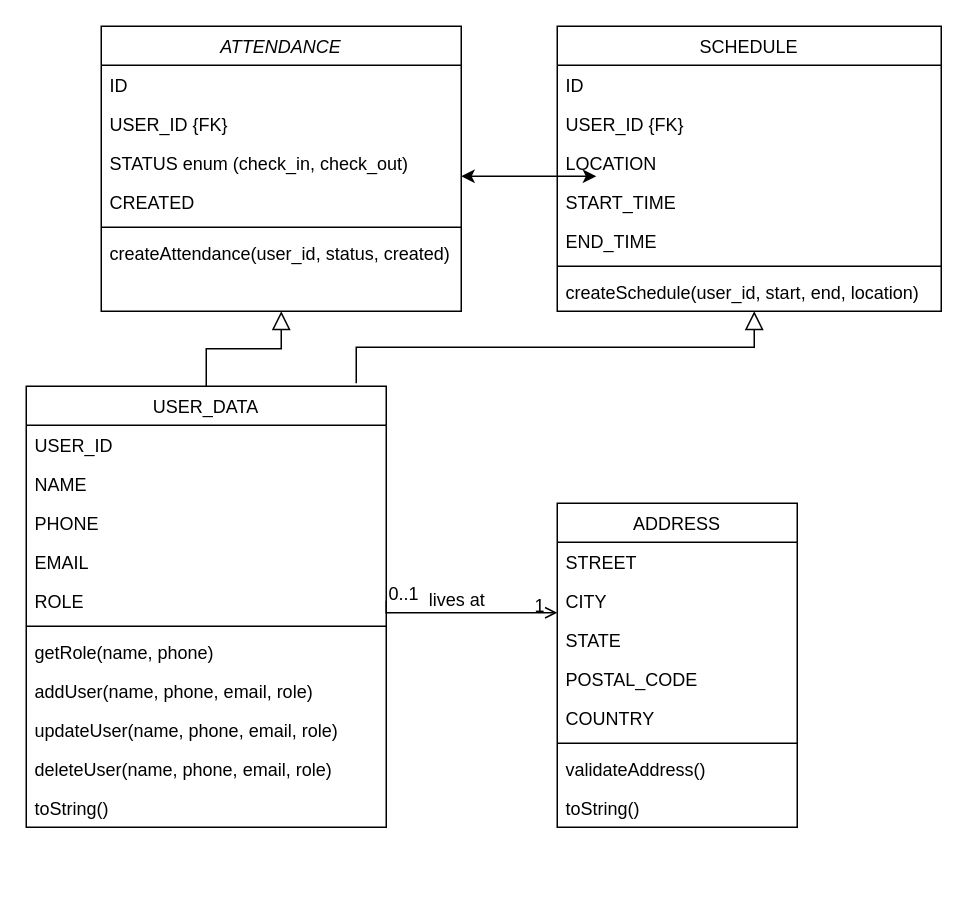
The draw.io diagram src/main/resources/templates/Untitled Diagram.drawio in prashant2jan/suits-finder, before the edit. Source tidied: cells renumbered, new cells numbered last; positions are measured from the earlier drawing's top-left corner, leaving out a move shared by most shapes. Both pictures are drawn from the tidied source at 150%, with x=0, y=0 at pixel (26, 26).
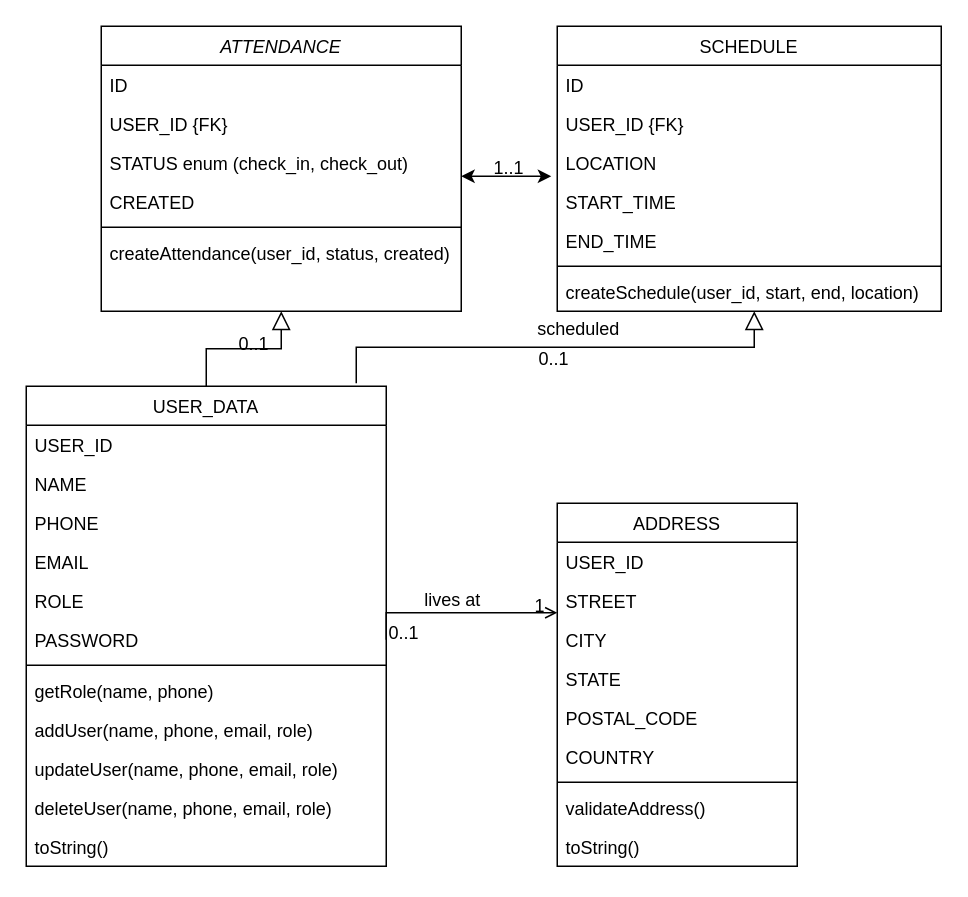
Above is the later version.

Diff of the diagram source:
```diff
@@
     <mxCell id="9" value="USER_DATA" style="swimlane;fontStyle=0;align=center;verticalAlign=top;horizontal=1;startSize=26;rounded=0;shadow=0;strokeWidth=1;" parent="1" vertex="1">
-      <mxGeometry y="240" width="240" height="294" as="geometry" />
+      <mxGeometry y="240" width="240" height="320" as="geometry" />
     </mxCell>
@@
+    <mxCell id="45" value="ROLE" style="text;align=left;verticalAlign=top;spacingLeft=4;spacingRight=4;overflow=hidden;rounded=0;shadow=0;html=0;" parent="9" vertex="1">
+      <mxGeometry y="130" width="240" height="26" as="geometry" />
+    </mxCell>
-    <mxCell id="14" value="ROLE" style="text;align=left;verticalAlign=top;spacingLeft=4;spacingRight=4;overflow=hidden;points=[[0,0.5],[1,0.5]];portConstraint=eastwest;rounded=0;shadow=0;html=0;" parent="9" vertex="1">
-      <mxGeometry y="130" width="240" height="26" as="geometry" />
+    <mxCell id="14" value="PASSWORD" style="text;align=left;verticalAlign=top;spacingLeft=4;spacingRight=4;overflow=hidden;points=[[0,0.5],[1,0.5]];portConstraint=eastwest;rounded=0;shadow=0;html=0;" parent="9" vertex="1">
+      <mxGeometry y="156" width="240" height="26" as="geometry" />
     </mxCell>
     <mxCell id="15" style="line;html=1;strokeWidth=1;align=left;verticalAlign=middle;spacingTop=-1;spacingLeft=3;spacingRight=3;labelPosition=right;" parent="9" vertex="1">
-      <mxGeometry y="156" width="240" height="8" as="geometry" />
+      <mxGeometry y="182" width="240" height="8" as="geometry" />
     </mxCell>
     <mxCell id="16" value="getRole(name, phone)" style="text;align=left;verticalAlign=top;spacingLeft=4;spacingRight=4;overflow=hidden;" parent="9" vertex="1">
-      <mxGeometry y="164" width="240" height="26" as="geometry" />
+      <mxGeometry y="190" width="240" height="26" as="geometry" />
     </mxCell>
     <mxCell id="17" value="addUser(name, phone, email, role)" style="text;align=left;verticalAlign=top;spacingLeft=4;spacingRight=4;overflow=hidden;" parent="9" vertex="1">
-      <mxGeometry y="190" width="240" height="26" as="geometry" />
+      <mxGeometry y="216" width="240" height="26" as="geometry" />
     </mxCell>
     <mxCell id="18" value="updateUser(name, phone, email, role)" style="text;align=left;verticalAlign=top;spacingLeft=4;spacingRight=4;overflow=hidden;" parent="9" vertex="1">
-      <mxGeometry y="216" width="240" height="26" as="geometry" />
+      <mxGeometry y="242" width="240" height="26" as="geometry" />
     </mxCell>
     <mxCell id="19" value="deleteUser(name, phone, email, role)" style="text;align=left;verticalAlign=top;spacingLeft=4;spacingRight=4;overflow=hidden;" parent="9" vertex="1">
-      <mxGeometry y="242" width="240" height="26" as="geometry" />
+      <mxGeometry y="268" width="240" height="26" as="geometry" />
     </mxCell>
     <mxCell id="20" value="toString()" style="text;align=left;verticalAlign=top;spacingLeft=4;spacingRight=4;overflow=hidden;" parent="9" vertex="1">
-      <mxGeometry y="268" width="240" height="26" as="geometry" />
+      <mxGeometry y="294" width="240" height="26" as="geometry" />
     </mxCell>
@@
     <mxCell id="22" value="ADDRESS" style="swimlane;fontStyle=0;align=center;verticalAlign=top;horizontal=1;startSize=26;rounded=0;shadow=0;strokeWidth=1;" parent="1" vertex="1">
-      <mxGeometry x="354" y="318" width="160" height="216" as="geometry" />
+      <mxGeometry x="354" y="318" width="160" height="242" as="geometry" />
     </mxCell>
-    <mxCell id="23" value="STREET" style="text;align=left;verticalAlign=top;spacingLeft=4;spacingRight=4;overflow=hidden;" parent="22" vertex="1">
+    <mxCell id="23" value="USER_ID" style="text;align=left;verticalAlign=top;spacingLeft=4;spacingRight=4;overflow=hidden;" parent="22" vertex="1">
       <mxGeometry y="26" width="160" height="26" as="geometry" />
     </mxCell>
-    <mxCell id="24" value="CITY" style="text;align=left;verticalAlign=top;spacingLeft=4;spacingRight=4;overflow=hidden;rounded=0;shadow=0;html=0;" parent="22" vertex="1">
+    <mxCell id="24" value="STREET" style="text;align=left;verticalAlign=top;spacingLeft=4;spacingRight=4;overflow=hidden;rounded=0;shadow=0;html=0;" parent="22" vertex="1">
       <mxGeometry y="52" width="160" height="26" as="geometry" />
     </mxCell>
+    <mxCell id="46" value="CITY" style="text;align=left;verticalAlign=top;spacingLeft=4;spacingRight=4;overflow=hidden;rounded=0;shadow=0;html=0;" parent="22" vertex="1">
+      <mxGeometry y="78" width="160" height="26" as="geometry" />
+    </mxCell>
     <mxCell id="25" value="STATE" style="text;align=left;verticalAlign=top;spacingLeft=4;spacingRight=4;overflow=hidden;rounded=0;shadow=0;html=0;" parent="22" vertex="1">
-      <mxGeometry y="78" width="160" height="26" as="geometry" />
+      <mxGeometry y="104" width="160" height="26" as="geometry" />
     </mxCell>
     <mxCell id="26" value="POSTAL_CODE" style="text;align=left;verticalAlign=top;spacingLeft=4;spacingRight=4;overflow=hidden;rounded=0;shadow=0;html=0;" parent="22" vertex="1">
-      <mxGeometry y="104" width="160" height="26" as="geometry" />
+      <mxGeometry y="130" width="160" height="26" as="geometry" />
     </mxCell>
     <mxCell id="27" value="COUNTRY" style="text;align=left;verticalAlign=top;spacingLeft=4;spacingRight=4;overflow=hidden;rounded=0;shadow=0;html=0;" parent="22" vertex="1">
-      <mxGeometry y="130" width="160" height="26" as="geometry" />
+      <mxGeometry y="156" width="160" height="26" as="geometry" />
     </mxCell>
     <mxCell id="28" style="line;html=1;strokeWidth=1;align=left;verticalAlign=middle;spacingTop=-1;spacingLeft=3;spacingRight=3;labelPosition=right;" parent="22" vertex="1">
-      <mxGeometry y="156" width="160" height="8" as="geometry" />
+      <mxGeometry y="182" width="160" height="8" as="geometry" />
     </mxCell>
     <mxCell id="29" value="validateAddress()" style="text;align=left;verticalAlign=top;spacingLeft=4;spacingRight=4;overflow=hidden;" parent="22" vertex="1">
-      <mxGeometry y="164" width="160" height="26" as="geometry" />
+      <mxGeometry y="190" width="160" height="26" as="geometry" />
     </mxCell>
     <mxCell id="30" value="toString()" style="text;align=left;verticalAlign=top;spacingLeft=4;spacingRight=4;overflow=hidden;" parent="22" vertex="1">
-      <mxGeometry y="190" width="160" height="26" as="geometry" />
+      <mxGeometry y="216" width="160" height="26" as="geometry" />
     </mxCell>
@@
     <mxCell id="35" style="endArrow=classic;startArrow=classic;html=1;rounded=0;" parent="1" edge="1">
       <mxGeometry relative="1" as="geometry">
         <mxPoint x="290" y="100" as="sourcePoint" />
-        <mxPoint x="380" y="100" as="targetPoint" />
+        <mxPoint x="350" y="100" as="targetPoint" />
       </mxGeometry>
     </mxCell>
@@
+    <mxCell id="47" value="1..1" style="align=left;verticalAlign=bottom;labelBackgroundColor=none;fontSize=12;" parent="1" vertex="1">
+      <mxGeometry x="310" y="103" as="geometry" />
+    </mxCell>
+    <mxCell id="48" value="scheduled" style="text;html=1;align=center;verticalAlign=middle;labelBackgroundColor=none;rounded=0;shadow=0;strokeWidth=1;fontSize=12;" parent="1" vertex="1">
+      <mxGeometry x="363" y="205" as="geometry">
+        <mxPoint x="4" y="-4" as="offset" />
+      </mxGeometry>
+    </mxCell>
+    <mxCell id="49" value="0..1" style="align=left;verticalAlign=bottom;labelBackgroundColor=none;fontSize=12;" parent="1" vertex="1">
+      <mxGeometry x="340" y="230" as="geometry" />
+    </mxCell>
+    <mxCell id="50" value="0..1" style="align=left;verticalAlign=bottom;labelBackgroundColor=none;fontSize=12;" parent="1" vertex="1">
+      <mxGeometry x="140" y="220" as="geometry" />
+    </mxCell>
```
